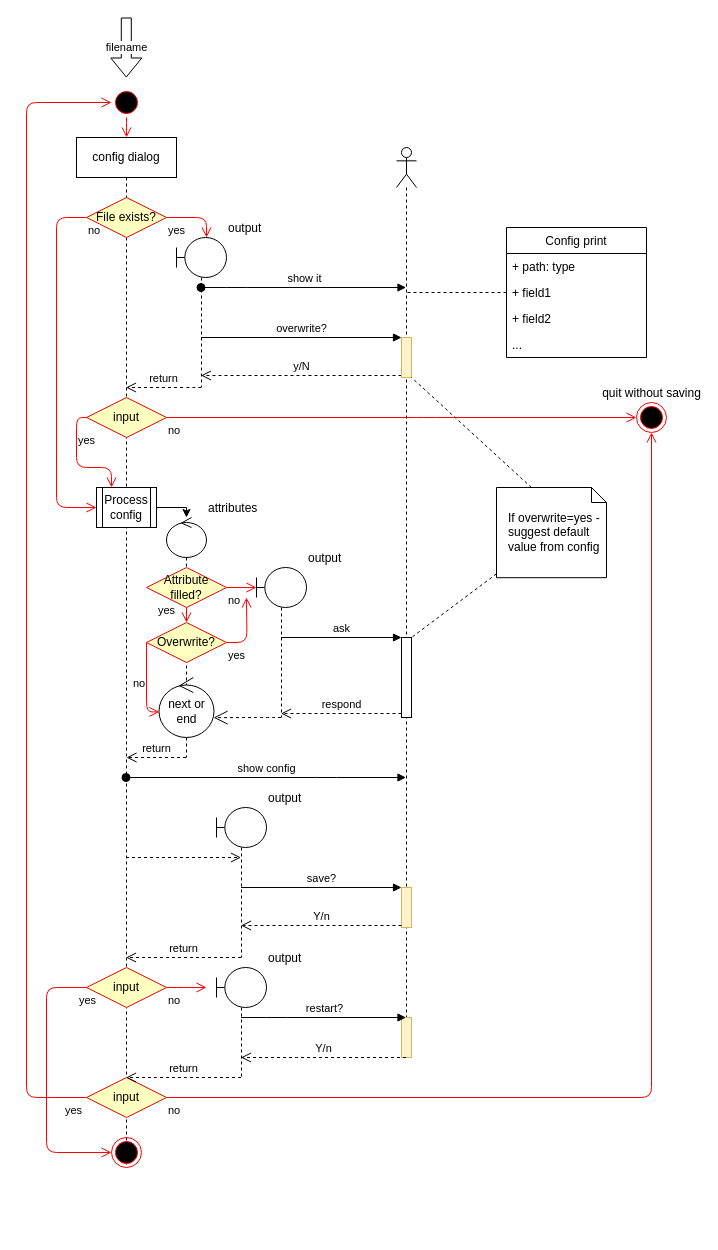
Before: page "config object handling" (2 of 2) of docs/design_docs/create_config_flow.drawio in VTimofeenko/confluence_poster, a draw.io diagram. Source tidied: cells renumbered, new cells numbered last; positions are measured from the earlier drawing's top-left corner, leaving out a move shared by most shapes. Both pictures are drawn from the tidied source at 100%, with x=0, y=0 at pixel (26, 17).
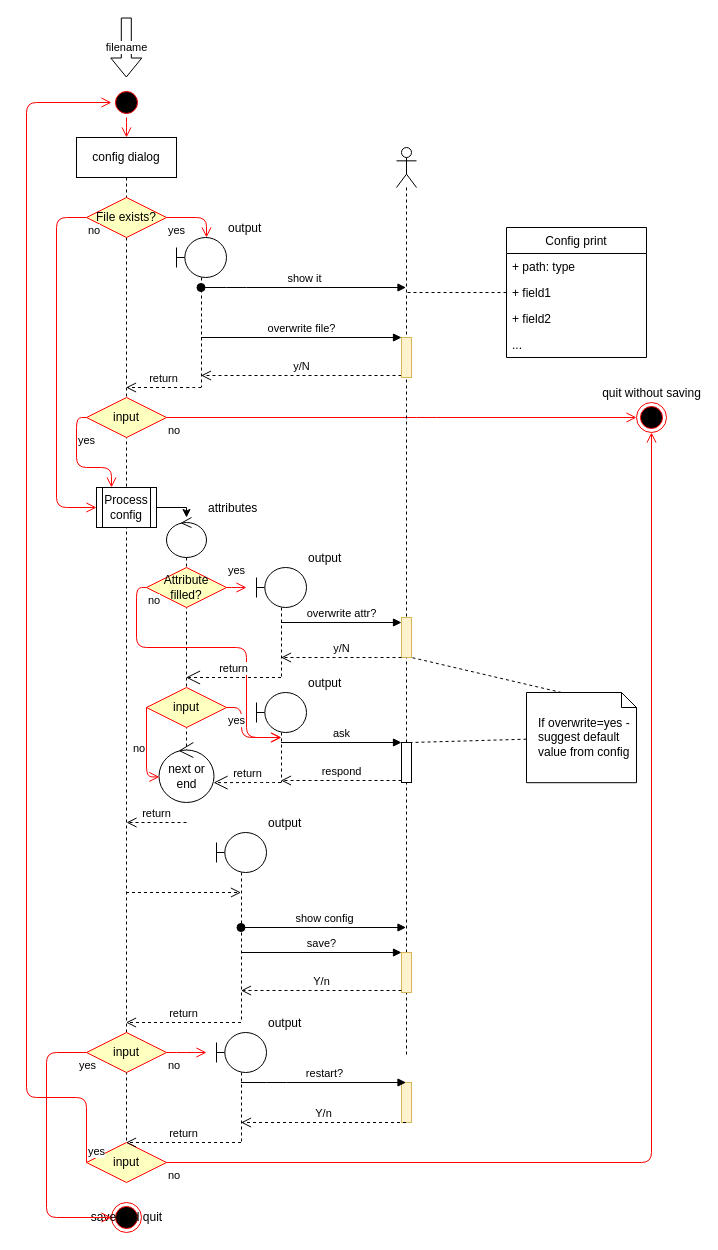
Above is the later version.

Commit message (it also covers changes not shown here):
fully implemented the inner dialog of config wizard

The change refers to these unchanged cells:
```xml
<mxCell id="2" value="config dialog" style="shape=umlLifeline;perimeter=lifelinePerimeter;whiteSpace=wrap;html=1;outlineConnect=0;" parent="1" vertex="1">
  <mxGeometry x="50" y="120" width="100" height="1030" as="geometry" />
</mxCell>
<mxCell id="16" style="shape=umlLifeline;participant=umlActor;perimeter=lifelinePerimeter;whiteSpace=wrap;html=1;verticalAlign=top;spacingTop=36;outlineConnect=0;" parent="1" vertex="1">
  <mxGeometry x="370" y="130" width="20" height="910" as="geometry" />
</mxCell>
<mxCell id="17" style="html=1;points=[];perimeter=orthogonalPerimeter;fillColor=#fff2cc;strokeColor=#d6b656;" parent="16" vertex="1">
  <mxGeometry x="5" y="190" width="10" height="40" as="geometry" />
</mxCell>
<mxCell id="26" value="output" style="shape=umlLifeline;participant=umlBoundary;perimeter=lifelinePerimeter;whiteSpace=wrap;html=1;verticalAlign=bottom;spacingTop=36;outlineConnect=0;labelPosition=right;verticalLabelPosition=top;align=left;" parent="1" vertex="1">
  <mxGeometry x="150" y="220" width="50" height="150" as="geometry" />
</mxCell>
<mxCell id="29" value="attributes" style="shape=umlLifeline;participant=umlControl;perimeter=lifelinePerimeter;whiteSpace=wrap;html=1;verticalAlign=bottom;spacingTop=36;outlineConnect=0;labelPosition=right;verticalLabelPosition=top;align=left;size=40;" parent="1" vertex="1">
  <mxGeometry x="140" y="500" width="40" height="240" as="geometry" />
</mxCell>
<mxCell id="30" value="Attribute filled?" style="rhombus;whiteSpace=wrap;html=1;fillColor=#ffffc0;strokeColor=#ff0000;" parent="29" vertex="1">
  <mxGeometry x="-20" y="50" width="80" height="40" as="geometry" />
</mxCell>
```

Change to the diagram source:
```diff
@@
     <mxCell id="6" value="input" style="rhombus;whiteSpace=wrap;html=1;fillColor=#ffffc0;strokeColor=#ff0000;" parent="2" vertex="1">
-      <mxGeometry x="10" y="830" width="80" height="40" as="geometry" />
+      <mxGeometry x="10" y="895" width="80" height="40" as="geometry" />
     </mxCell>
     <mxCell id="7" value="input" style="rhombus;whiteSpace=wrap;html=1;fillColor=#ffffc0;strokeColor=#ff0000;" parent="2" vertex="1">
-      <mxGeometry x="10" y="940" width="80" height="40" as="geometry" />
+      <mxGeometry x="10" y="1005" width="80" height="40" as="geometry" />
     </mxCell>
-    <mxCell id="8" style="ellipse;html=1;shape=endState;fillColor=#000000;strokeColor=#ff0000;" parent="2" vertex="1">
-      <mxGeometry x="35" y="1000" width="30" height="30" as="geometry" />
+    <mxCell id="8" value="save and quit" style="ellipse;html=1;shape=endState;fillColor=#000000;strokeColor=#ff0000;" parent="2" vertex="1">
+      <mxGeometry x="35" y="1065" width="30" height="30" as="geometry" />
     </mxCell>
     <mxCell id="9" value="yes" style="edgeStyle=orthogonalEdgeStyle;html=1;align=left;verticalAlign=top;endArrow=open;endSize=8;strokeColor=#ff0000;exitX=0;exitY=0.5;exitDx=0;exitDy=0;entryX=0;entryY=0.5;entryDx=0;entryDy=0;" parent="2" edge="1" source="6" target="8">
       <mxGeometry x="-0.93" relative="1" as="geometry">
         <Array as="points">
-          <mxPoint x="-30" y="850" />
-          <mxPoint x="-30" y="1015" />
+          <mxPoint x="-30" y="915" />
+          <mxPoint x="-30" y="1080" />
         </Array>
       </mxGeometry>
     </mxCell>
@@
-    <mxCell id="12" value="overwrite?" style="html=1;verticalAlign=bottom;endArrow=block;entryX=0;entryY=0;strokeColor=#000000;fillColor=#FF0000;" parent="1" edge="1" source="26" target="17">
+    <mxCell id="12" value="overwrite file?" style="html=1;verticalAlign=bottom;endArrow=block;entryX=0;entryY=0;strokeColor=#000000;fillColor=#FF0000;" parent="1" edge="1" source="26" target="17">
       <mxGeometry relative="1" as="geometry" />
     </mxCell>
@@
     <mxCell id="18" style="html=1;points=[];perimeter=orthogonalPerimeter;" parent="16" vertex="1">
-      <mxGeometry x="5" y="490" width="10" height="80" as="geometry" />
+      <mxGeometry x="5" y="595" width="10" height="40" as="geometry" />
     </mxCell>
     <mxCell id="19" style="html=1;points=[];perimeter=orthogonalPerimeter;fillColor=#fff2cc;strokeColor=#d6b656;" parent="16" vertex="1">
-      <mxGeometry x="5" y="740" width="10" height="40" as="geometry" />
+      <mxGeometry x="5" y="805" width="10" height="40" as="geometry" />
     </mxCell>
     <mxCell id="20" style="html=1;perimeter=orthogonalPerimeter;fillColor=#fff2cc;strokeColor=#d6b656;" parent="16" vertex="1">
-      <mxGeometry x="5" y="870" width="10" height="40" as="geometry" />
+      <mxGeometry x="5" y="935" width="10" height="40" as="geometry" />
     </mxCell>
+    <mxCell id="64" style="html=1;points=[];perimeter=orthogonalPerimeter;fillColor=#fff2cc;strokeColor=#d6b656;" parent="16" vertex="1">
+      <mxGeometry x="5" y="470" width="10" height="40" as="geometry" />
+    </mxCell>
@@
     <mxCell id="31" value="next or end" style="ellipse;shape=umlControl;whiteSpace=wrap;html=1;" parent="29" vertex="1">
-      <mxGeometry x="-7.5" y="160" width="55" height="60" as="geometry" />
+      <mxGeometry x="-7.5" y="225" width="55" height="60" as="geometry" />
     </mxCell>
-    <mxCell id="32" value="yes" style="edgeStyle=orthogonalEdgeStyle;html=1;align=left;verticalAlign=top;endArrow=open;endSize=8;strokeColor=#ff0000;exitX=0.5;exitY=1;exitDx=0;exitDy=0;" parent="1" edge="1" source="30" target="41">
-      <mxGeometry x="0.2" y="34" relative="1" as="geometry">
-        <mxPoint x="-64" y="-15" as="offset" />
+    <mxCell id="32" value="yes" style="edgeStyle=orthogonalEdgeStyle;html=1;align=left;verticalAlign=top;endArrow=open;endSize=8;strokeColor=#ff0000;" parent="1" edge="1" source="30">
+      <mxGeometry x="-1" y="30" relative="1" as="geometry">
+        <mxPoint x="220" y="570" as="targetPoint" />
       </mxGeometry>
     </mxCell>
-    <mxCell id="33" value="no" style="edgeStyle=orthogonalEdgeStyle;html=1;align=left;verticalAlign=top;endArrow=open;endSize=8;strokeColor=#ff0000;exitX=1;exitY=0.5;exitDx=0;exitDy=0;" parent="1" edge="1" source="30">
+    <mxCell id="33" value="no" style="edgeStyle=orthogonalEdgeStyle;html=1;align=left;verticalAlign=top;endArrow=open;endSize=8;strokeColor=#ff0000;exitX=0;exitY=0.5;exitDx=0;exitDy=0;" parent="1" edge="1" source="30">
       <mxGeometry x="-1" relative="1" as="geometry">
-        <mxPoint x="230" y="570" as="targetPoint" />
+        <mxPoint x="255" y="720" as="targetPoint" />
+        <Array as="points">
+          <mxPoint x="110" y="570" />
+          <mxPoint x="110" y="630" />
+          <mxPoint x="220" y="630" />
+          <mxPoint x="220" y="720" />
+        </Array>
       </mxGeometry>
     </mxCell>
     <mxCell id="34" value="output" style="shape=umlLifeline;participant=umlBoundary;perimeter=lifelinePerimeter;whiteSpace=wrap;html=1;verticalAlign=bottom;spacingTop=36;outlineConnect=0;labelPosition=right;verticalLabelPosition=top;align=left;" parent="1" vertex="1">
-      <mxGeometry x="230" y="550" width="50" height="150" as="geometry" />
+      <mxGeometry x="230" y="675" width="50" height="90" as="geometry" />
     </mxCell>
@@
-    <mxCell id="37" style="endArrow=open;endSize=12;dashed=1;html=1;strokeColor=#000000;fillColor=#FF0000;entryX=0.992;entryY=0.669;entryDx=0;entryDy=0;entryPerimeter=0;" parent="1" edge="1" source="34" target="31">
+    <mxCell id="37" value="return" style="endArrow=open;endSize=12;dashed=1;html=1;strokeColor=#000000;fillColor=#FF0000;entryX=0.992;entryY=0.669;entryDx=0;entryDy=0;entryPerimeter=0;labelPosition=center;verticalLabelPosition=top;align=center;verticalAlign=bottom;" parent="1" edge="1" source="34" target="31">
       <mxGeometry relative="1" as="geometry">
         <Array as="points">
-          <mxPoint x="240" y="700" />
+          <mxPoint x="240" y="765" />
         </Array>
       </mxGeometry>
     </mxCell>
     <mxCell id="38" value="If overwrite=yes - suggest default value from config" style="shape=note;size=15;align=left;spacingLeft=10;html=1;whiteSpace=wrap;" parent="1" vertex="1">
-      <mxGeometry x="470" y="470" width="110" height="90.2" as="geometry" />
+      <mxGeometry x="500" y="675" width="110" height="90.2" as="geometry" />
     </mxCell>
@@
-    <mxCell id="40" style="edgeStyle=none;endArrow=none;dashed=1;html=1;exitX=0.318;exitY=0;exitDx=0;exitDy=0;exitPerimeter=0;" parent="1" edge="1" source="38" target="17">
+    <mxCell id="40" style="edgeStyle=none;endArrow=none;dashed=1;html=1;exitX=0.318;exitY=0;exitDx=0;exitDy=0;exitPerimeter=0;" parent="1" edge="1" source="38" target="64">
       <mxGeometry x="1" relative="1" as="geometry" />
     </mxCell>
-    <mxCell id="41" value="Overwrite?" style="rhombus;whiteSpace=wrap;html=1;fillColor=#ffffc0;strokeColor=#ff0000;" parent="1" vertex="1">
-      <mxGeometry x="120" y="605" width="80" height="40" as="geometry" />
+    <mxCell id="41" value="input" style="rhombus;whiteSpace=wrap;html=1;fillColor=#ffffc0;strokeColor=#ff0000;" parent="1" vertex="1">
+      <mxGeometry x="120" y="670" width="80" height="40" as="geometry" />
     </mxCell>
-    <mxCell id="42" value="yes" style="edgeStyle=orthogonalEdgeStyle;html=1;align=left;verticalAlign=top;endArrow=open;endSize=8;strokeColor=#ff0000;exitX=1;exitY=0.5;exitDx=0;exitDy=0;" parent="1" edge="1" source="41">
-      <mxGeometry x="-1" relative="1" as="geometry">
-        <mxPoint x="220" y="580" as="targetPoint" />
-      </mxGeometry>
+    <mxCell id="42" value="yes" style="edgeStyle=orthogonalEdgeStyle;html=1;align=left;verticalAlign=top;endArrow=open;endSize=8;strokeColor=#ff0000;exitX=1;exitY=0.5;exitDx=0;exitDy=0;" parent="1" edge="1" source="41" target="34">
+      <mxGeometry x="-1" relative="1" as="geometry" />
     </mxCell>
     <mxCell id="43" value="no" style="edgeStyle=orthogonalEdgeStyle;html=1;align=left;verticalAlign=top;endArrow=open;endSize=8;strokeColor=#ff0000;exitX=0;exitY=0.5;exitDx=0;exitDy=0;entryX=0.007;entryY=0.574;entryDx=0;entryDy=0;entryPerimeter=0;" parent="1" edge="1" source="41" target="31">
       <mxGeometry x="-0.31" y="-15" relative="1" as="geometry">
         <Array as="points">
-          <mxPoint x="120" y="694" />
+          <mxPoint x="120" y="759" />
         </Array>
       </mxGeometry>
     </mxCell>
-    <mxCell id="44" value="return" style="html=1;verticalAlign=bottom;endArrow=open;dashed=1;endSize=8;strokeColor=#000000;fillColor=#FF0000;" parent="1" edge="1" source="29" target="2">
+    <mxCell id="44" value="return" style="html=1;verticalAlign=bottom;endArrow=open;dashed=1;endSize=8;strokeColor=#000000;fillColor=#FF0000;" parent="1" edge="1">
       <mxGeometry relative="1" as="geometry">
+        <mxPoint x="160" y="805" as="sourcePoint" />
+        <mxPoint x="99.5" y="805" as="targetPoint" />
         <Array as="points">
-          <mxPoint x="100" y="740" />
+          <mxPoint x="100" y="805" />
         </Array>
       </mxGeometry>
     </mxCell>
-    <mxCell id="45" value="show config" style="html=1;verticalAlign=bottom;startArrow=oval;startFill=1;endArrow=block;startSize=8;strokeColor=#000000;fillColor=#FF0000;" parent="1" edge="1" source="2" target="16">
+    <mxCell id="45" value="show config" style="html=1;verticalAlign=bottom;startArrow=oval;startFill=1;endArrow=block;startSize=8;strokeColor=#000000;fillColor=#FF0000;" parent="1" edge="1" source="52">
       <mxGeometry relative="1" as="geometry">
-        <Array as="points">
-          <mxPoint x="300" y="760" />
-        </Array>
+        <mxPoint x="379.5" y="910" as="targetPoint" />
       </mxGeometry>
     </mxCell>
@@
     <mxCell id="52" value="output" style="shape=umlLifeline;participant=umlBoundary;perimeter=lifelinePerimeter;whiteSpace=wrap;html=1;verticalAlign=bottom;spacingTop=36;outlineConnect=0;labelPosition=right;verticalLabelPosition=top;align=left;" parent="1" vertex="1">
-      <mxGeometry x="190" y="790" width="50" height="150" as="geometry" />
+      <mxGeometry x="190" y="815" width="50" height="190" as="geometry" />
     </mxCell>
-    <mxCell id="53" style="html=1;verticalAlign=bottom;endArrow=open;dashed=1;endSize=8;strokeColor=#000000;fillColor=#FF0000;" parent="1" edge="1" source="2" target="52">
+    <mxCell id="53" style="html=1;verticalAlign=bottom;endArrow=open;dashed=1;endSize=8;strokeColor=#000000;fillColor=#FF0000;" parent="1" edge="1" target="52">
       <mxGeometry relative="1" as="geometry">
+        <mxPoint x="99.5" y="875" as="sourcePoint" />
         <Array as="points">
-          <mxPoint x="140" y="840" />
+          <mxPoint x="150" y="875" />
         </Array>
       </mxGeometry>
     </mxCell>
@@
-    <mxCell id="56" value="return" style="html=1;verticalAlign=bottom;endArrow=open;dashed=1;endSize=8;strokeColor=#000000;fillColor=#FF0000;" parent="1" edge="1" source="52" target="2">
+    <mxCell id="56" value="return" style="html=1;verticalAlign=bottom;endArrow=open;dashed=1;endSize=8;strokeColor=#000000;fillColor=#FF0000;" parent="1" edge="1" source="52">
       <mxGeometry relative="1" as="geometry">
+        <mxPoint x="99.5" y="1005" as="targetPoint" />
         <Array as="points">
-          <mxPoint x="130" y="940" />
+          <mxPoint x="130" y="1005" />
         </Array>
       </mxGeometry>
     </mxCell>
     <mxCell id="57" value="no" style="edgeStyle=orthogonalEdgeStyle;html=1;align=left;verticalAlign=top;endArrow=open;endSize=8;strokeColor=#ff0000;exitX=1;exitY=0.5;exitDx=0;exitDy=0;" parent="1" edge="1" source="6">
       <mxGeometry x="-1" relative="1" as="geometry">
-        <mxPoint x="180" y="970" as="targetPoint" />
+        <mxPoint x="180" y="1035" as="targetPoint" />
       </mxGeometry>
     </mxCell>
     <mxCell id="58" value="output" style="shape=umlLifeline;participant=umlBoundary;perimeter=lifelinePerimeter;whiteSpace=wrap;html=1;verticalAlign=bottom;spacingTop=36;outlineConnect=0;labelPosition=right;verticalLabelPosition=top;align=left;" parent="1" vertex="1">
-      <mxGeometry x="190" y="950" width="50" height="110" as="geometry" />
+      <mxGeometry x="190" y="1015" width="50" height="110" as="geometry" />
     </mxCell>
-    <mxCell id="59" value="restart?" style="html=1;verticalAlign=bottom;endArrow=block;strokeColor=#000000;fillColor=#FF0000;" parent="1" edge="1" source="58" target="16">
+    <mxCell id="59" value="restart?" style="html=1;verticalAlign=bottom;endArrow=block;strokeColor=#000000;fillColor=#FF0000;" parent="1" edge="1" source="58">
       <mxGeometry relative="1" as="geometry">
+        <mxPoint x="379.5" y="1065" as="targetPoint" />
         <Array as="points">
-          <mxPoint x="250" y="1000" />
+          <mxPoint x="250" y="1065" />
         </Array>
       </mxGeometry>
     </mxCell>
-    <mxCell id="60" value="Y/n" style="html=1;verticalAlign=bottom;endArrow=open;dashed=1;endSize=8;strokeColor=#000000;fillColor=#FF0000;" parent="1" edge="1" source="16" target="58">
+    <mxCell id="60" value="Y/n" style="html=1;verticalAlign=bottom;endArrow=open;dashed=1;endSize=8;strokeColor=#000000;fillColor=#FF0000;" parent="1" edge="1" target="58">
       <mxGeometry relative="1" as="geometry">
+        <mxPoint x="379.5" y="1105" as="sourcePoint" />
         <Array as="points">
-          <mxPoint x="260" y="1040" />
+          <mxPoint x="260" y="1105" />
         </Array>
       </mxGeometry>
     </mxCell>
-    <mxCell id="61" value="return" style="html=1;verticalAlign=bottom;endArrow=open;dashed=1;endSize=8;strokeColor=#000000;fillColor=#FF0000;" parent="1" edge="1" source="58" target="2">
+    <mxCell id="61" value="return" style="html=1;verticalAlign=bottom;endArrow=open;dashed=1;endSize=8;strokeColor=#000000;fillColor=#FF0000;" parent="1" edge="1" source="58">
       <mxGeometry relative="1" as="geometry">
+        <mxPoint x="99.5" y="1125" as="targetPoint" />
         <Array as="points">
-          <mxPoint x="170" y="1060" />
-          <mxPoint x="140" y="1060" />
+          <mxPoint x="170" y="1125" />
+          <mxPoint x="140" y="1125" />
         </Array>
       </mxGeometry>
     </mxCell>
@@
+    <mxCell id="65" value="output" style="shape=umlLifeline;participant=umlBoundary;perimeter=lifelinePerimeter;whiteSpace=wrap;html=1;verticalAlign=bottom;spacingTop=36;outlineConnect=0;labelPosition=right;verticalLabelPosition=top;align=left;" parent="1" vertex="1">
+      <mxGeometry x="230" y="550" width="50" height="110" as="geometry" />
+    </mxCell>
+    <mxCell id="66" value="overwrite attr?" style="html=1;verticalAlign=bottom;endArrow=block;strokeColor=#000000;fillColor=#FF0000;" parent="1" edge="1" source="65" target="64">
+      <mxGeometry relative="1" as="geometry" />
+    </mxCell>
+    <mxCell id="67" value="y/N" style="html=1;verticalAlign=bottom;endArrow=open;dashed=1;endSize=8;strokeColor=#000000;fillColor=#FF0000;" parent="1" edge="1" source="64" target="65">
+      <mxGeometry relative="1" as="geometry">
+        <Array as="points">
+          <mxPoint x="340" y="640" />
+        </Array>
+      </mxGeometry>
+    </mxCell>
+    <mxCell id="68" value="return&lt;br&gt;" style="endArrow=open;endSize=12;dashed=1;html=1;strokeColor=#000000;fillColor=#FF0000;labelPosition=center;verticalLabelPosition=top;align=center;verticalAlign=bottom;" parent="1" edge="1" source="65" target="29">
+      <mxGeometry relative="1" as="geometry">
+        <Array as="points">
+          <mxPoint x="220" y="660" />
+        </Array>
+      </mxGeometry>
+    </mxCell>
```
